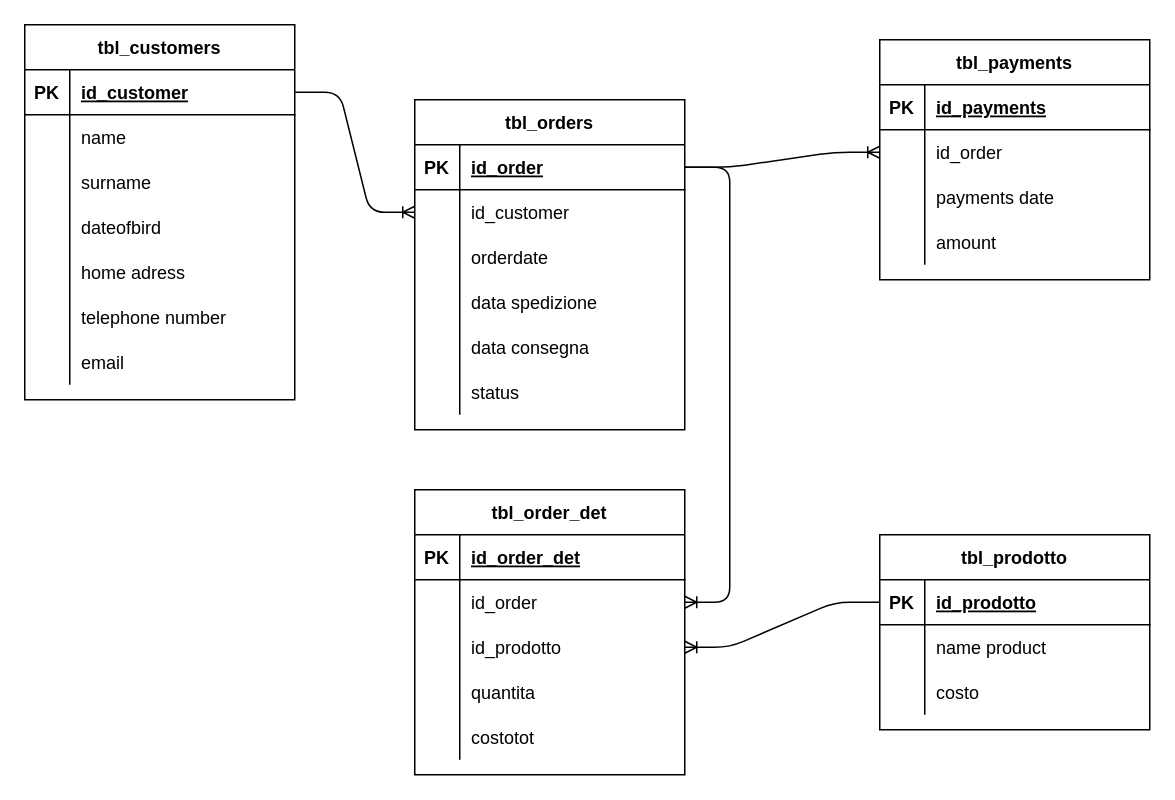
This is db_glovo.drawio from andreabesso/Diagrams, a draw.io file, before an edit. Source tidied: cells renumbered, new cells numbered last; positions are measured from the earlier drawing's top-left corner, leaving out a move shared by most shapes. Both pictures are drawn from the tidied source at 150%, with x=0, y=0 at pixel (24, 24).
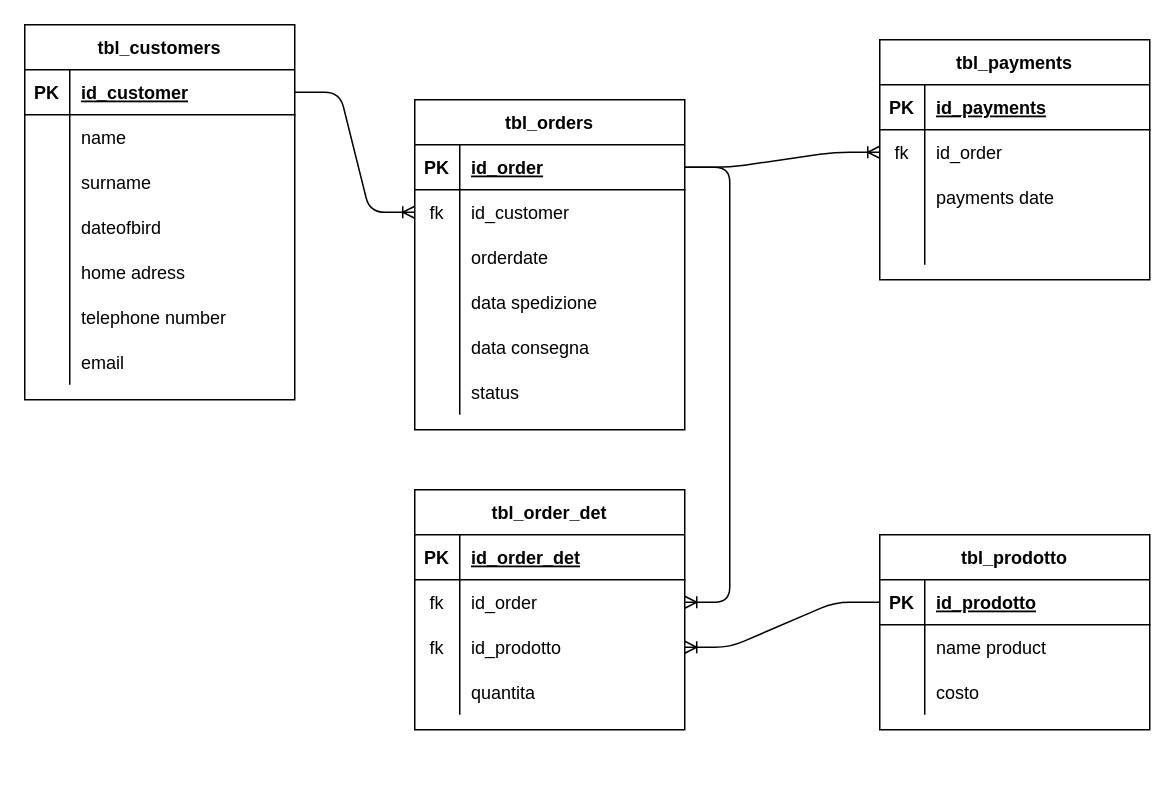
After the change.

Unchanged cells that the change refers to:
```xml
<mxCell id="28" style="shape=partialRectangle;fillColor=none;top=0;left=0;bottom=0;right=0;" parent="24" vertex="1">
  <mxGeometry y="60" width="180" height="30" as="geometry" />
</mxCell>
<mxCell id="47" style="shape=partialRectangle;fillColor=none;top=0;left=0;bottom=0;right=0;points=[[0,0.5],[1,0.5]];portConstraint=eastwest;" parent="43" vertex="1">
  <mxGeometry y="60" width="180" height="30" as="geometry" />
</mxCell>
<mxCell id="53" style="shape=partialRectangle;fillColor=none;top=0;left=0;bottom=0;right=0;" parent="43" vertex="1">
  <mxGeometry y="120" width="180" height="30" as="geometry" />
</mxCell>
<mxCell id="70" style="shape=partialRectangle;fillColor=none;top=0;left=0;bottom=0;right=0;points=[[0,0.5],[1,0.5]];portConstraint=eastwest;" parent="66" vertex="1">
  <mxGeometry y="60" width="180" height="30" as="geometry" />
</mxCell>
<mxCell id="73" style="shape=partialRectangle;fillColor=none;top=0;left=0;bottom=0;right=0;points=[[0,0.5],[1,0.5]];portConstraint=eastwest;" parent="66" vertex="1">
  <mxGeometry y="90" width="180" height="30" as="geometry" />
</mxCell>
```

Diff of the diagram source:
```diff
@@
-    <mxCell id="29" style="shape=partialRectangle;fillColor=none;top=0;left=0;bottom=0;right=0;overflow=hidden;" parent="28" vertex="1">
+    <mxCell id="29" value="fk" style="shape=partialRectangle;fillColor=none;top=0;left=0;bottom=0;right=0;overflow=hidden;" parent="28" vertex="1">
       <mxGeometry width="30" height="30" as="geometry" />
     </mxCell>
@@
-    <mxCell id="48" style="shape=partialRectangle;fillColor=none;top=0;left=0;bottom=0;right=0;overflow=hidden;" parent="47" vertex="1">
+    <mxCell id="48" value="fk" style="shape=partialRectangle;fillColor=none;top=0;left=0;bottom=0;right=0;overflow=hidden;" parent="47" vertex="1">
       <mxGeometry width="30" height="30" as="geometry" />
     </mxCell>
@@
-    <mxCell id="55" value="amount" style="shape=partialRectangle;fillColor=none;top=0;left=0;bottom=0;right=0;align=left;spacingLeft=6;overflow=hidden;" parent="53" vertex="1">
+    <mxCell id="55" style="shape=partialRectangle;fillColor=none;top=0;left=0;bottom=0;right=0;align=left;spacingLeft=6;overflow=hidden;" parent="53" vertex="1">
       <mxGeometry x="30" width="150" height="30" as="geometry" />
     </mxCell>
@@
     <mxCell id="66" value="tbl_order_det" style="shape=table;startSize=30;childLayout=tableLayout;rowLines=0;fontStyle=1;align=center;" parent="1" vertex="1">
-      <mxGeometry x="260" y="310" width="180" height="190" as="geometry" />
+      <mxGeometry x="260" y="310" width="180" height="160" as="geometry" />
     </mxCell>
@@
-    <mxCell id="71" style="shape=partialRectangle;fillColor=none;top=0;left=0;bottom=0;right=0;overflow=hidden;" parent="70" vertex="1">
+    <mxCell id="71" value="fk" style="shape=partialRectangle;fillColor=none;top=0;left=0;bottom=0;right=0;overflow=hidden;" parent="70" vertex="1">
       <mxGeometry width="30" height="30" as="geometry" />
     </mxCell>
@@
-    <mxCell id="74" style="shape=partialRectangle;fillColor=none;top=0;left=0;bottom=0;right=0;overflow=hidden;" parent="73" vertex="1">
+    <mxCell id="74" value="fk" style="shape=partialRectangle;fillColor=none;top=0;left=0;bottom=0;right=0;overflow=hidden;" parent="73" vertex="1">
       <mxGeometry width="30" height="30" as="geometry" />
     </mxCell>
@@
-    <mxCell id="79" style="shape=partialRectangle;fillColor=none;top=0;left=0;bottom=0;right=0;" parent="66" vertex="1">
-      <mxGeometry y="150" width="180" height="30" as="geometry" />
-    </mxCell>
-    <mxCell id="80" style="shape=partialRectangle;fillColor=none;top=0;left=0;bottom=0;right=0;overflow=hidden;" parent="79" vertex="1">
-      <mxGeometry width="30" height="30" as="geometry" />
-    </mxCell>
-    <mxCell id="81" value="costotot" style="shape=partialRectangle;fillColor=none;top=0;left=0;bottom=0;right=0;align=left;spacingLeft=6;overflow=hidden;" parent="79" vertex="1">
-      <mxGeometry x="30" width="150" height="30" as="geometry" />
-    </mxCell>
```
